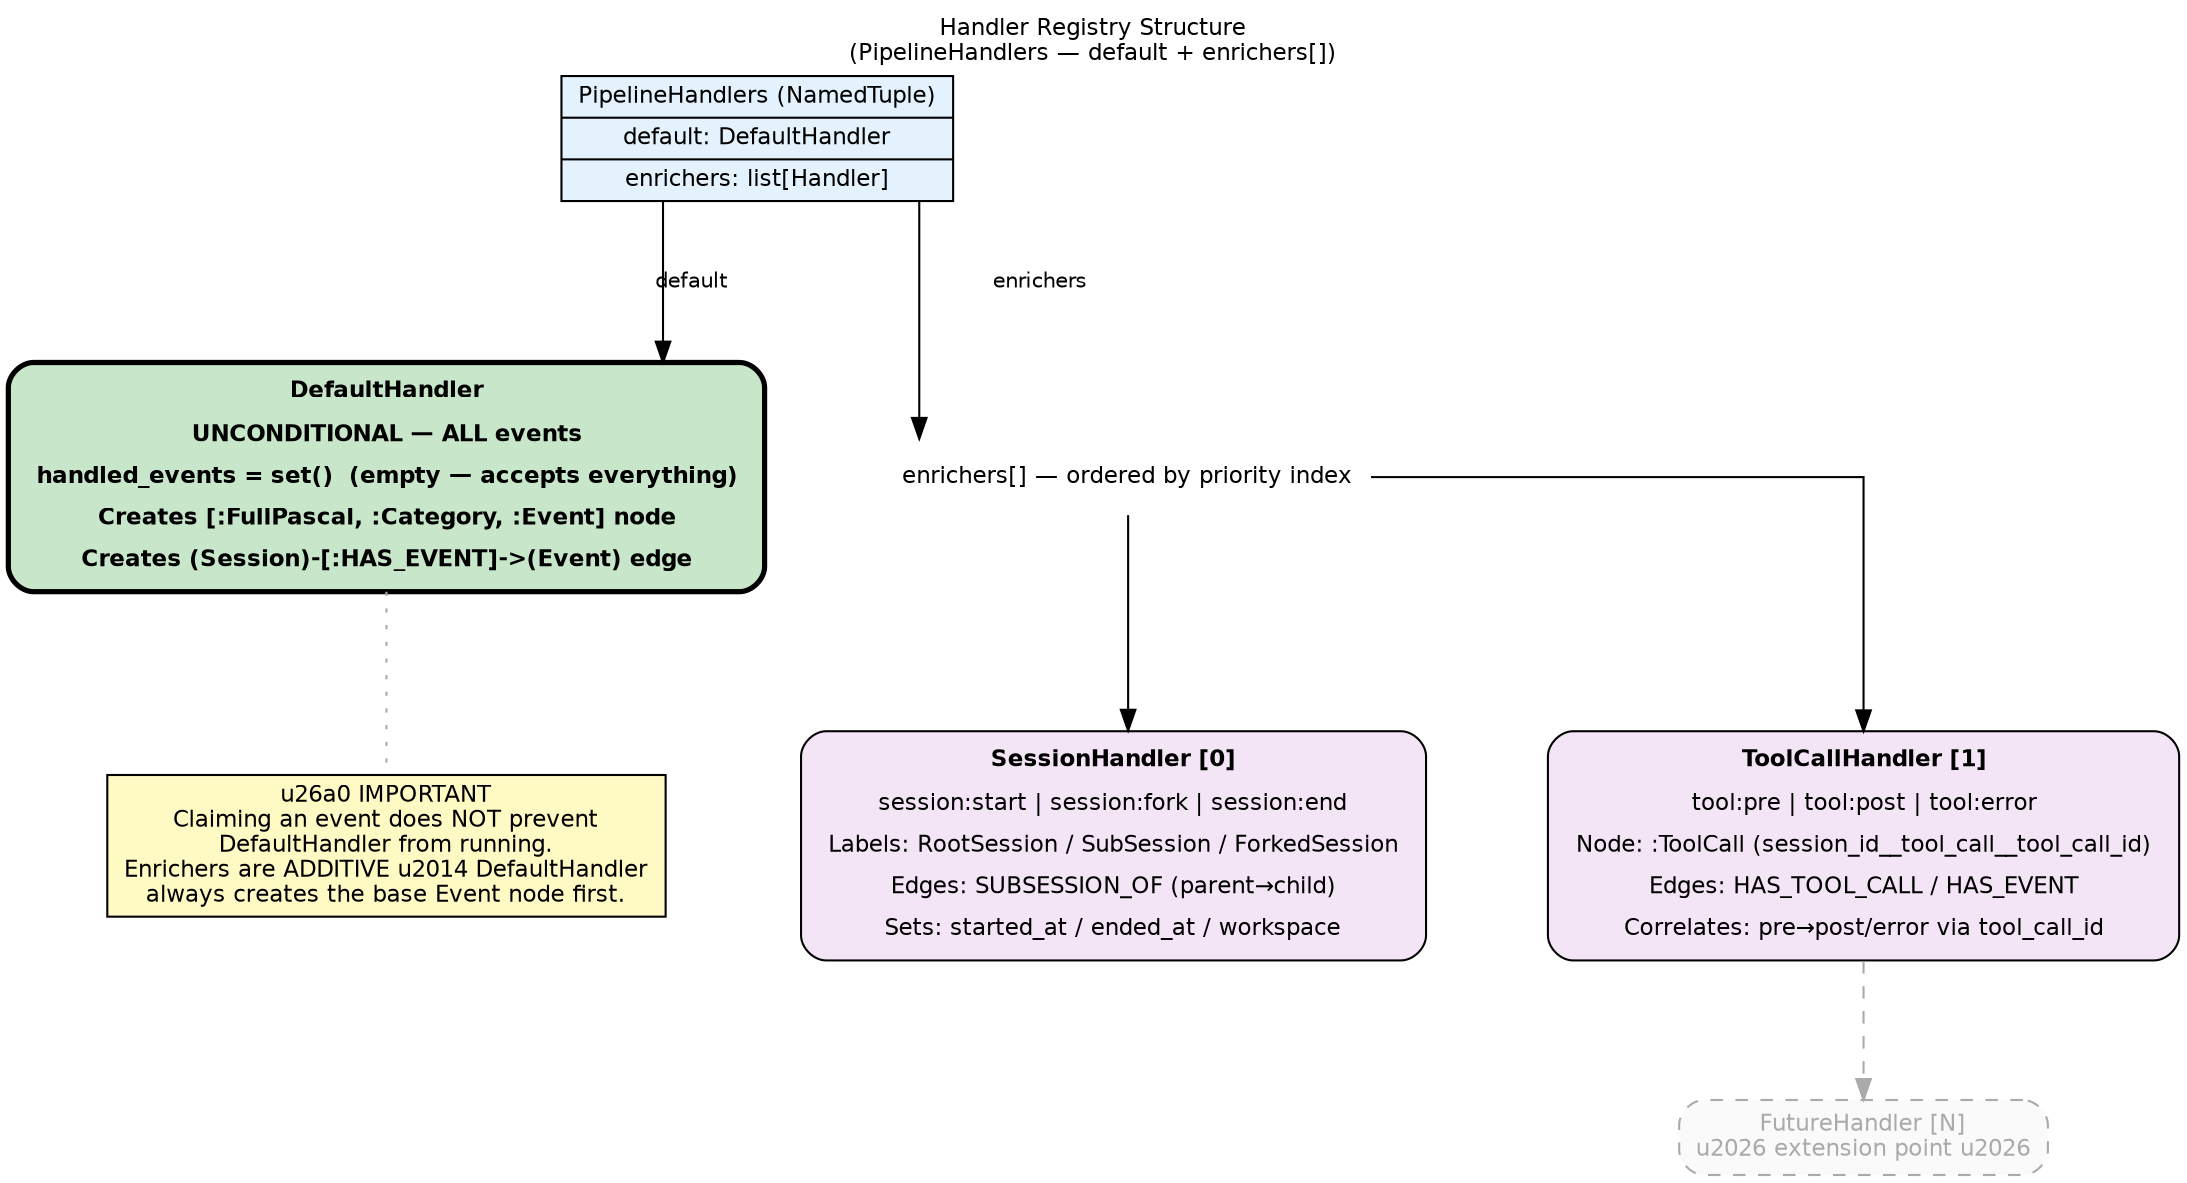
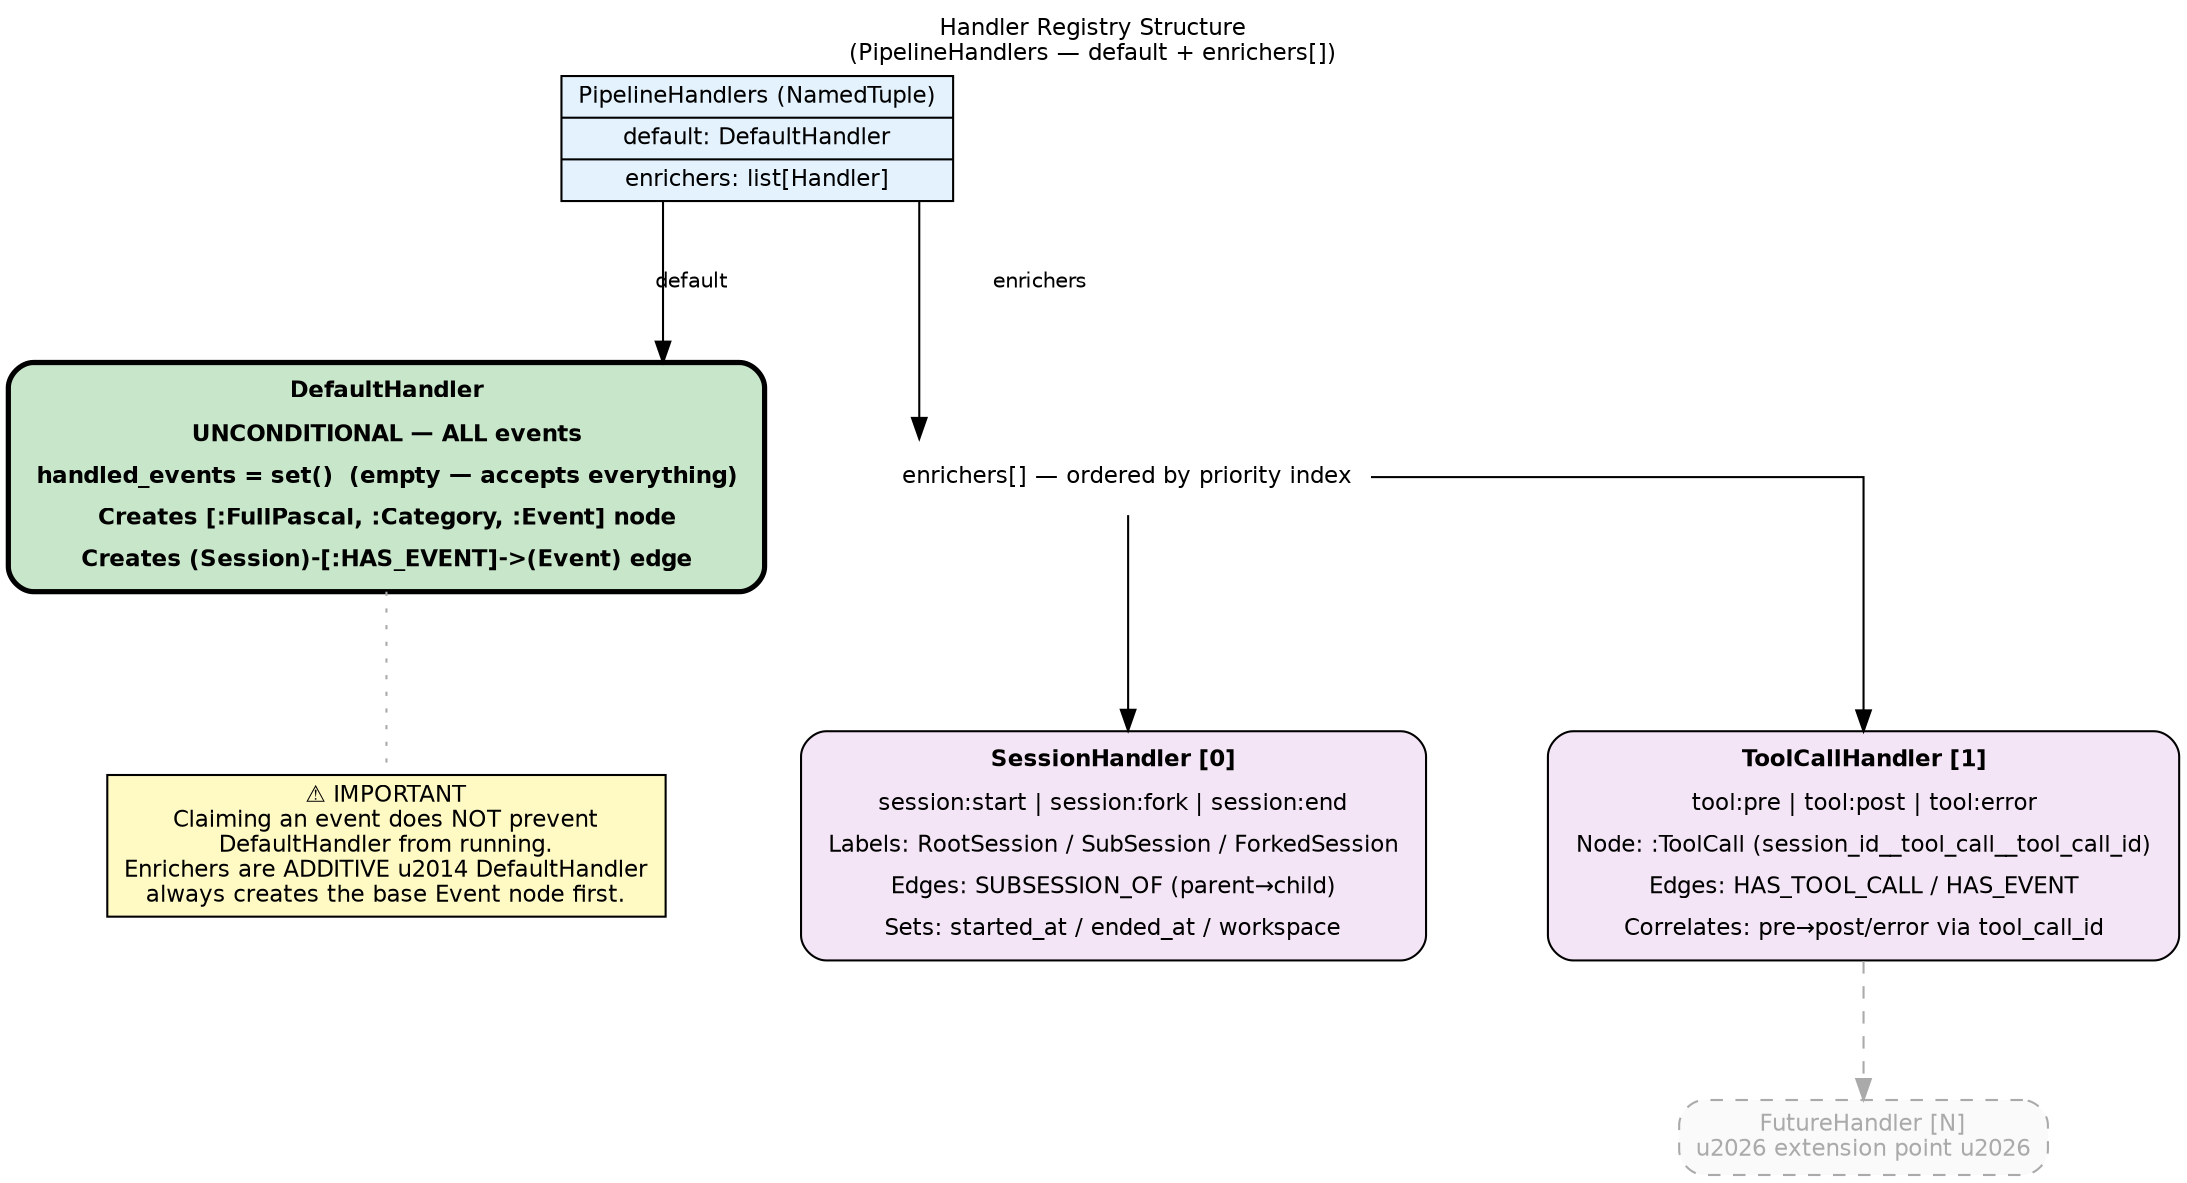
digraph handler_architecture {
    // ── Global defaults ───────────────────────────────────────────────────────
    graph [
        rankdir   = TB
        splines   = ortho
        nodesep   = 0.8
        ranksep   = 0.9
        fontname  = "Helvetica"
        fontsize  = 11
        label     = "Handler Registry Structure\n(PipelineHandlers — default + enrichers[])"
        labelloc  = t
        labeljust = c
    ]
    node [
        fontname = "Helvetica"
        fontsize = 11
        style    = "filled,rounded"
        shape    = box
    ]
    edge [
        fontname = "Helvetica"
        fontsize = 10
    ]

    // ── PipelineHandlers (NamedTuple record) ──────────────────────────────────
    PipelineHandlers [
        shape     = record
        style     = "filled"
        fillcolor = "#E3F2FD"
        label     = "{PipelineHandlers (NamedTuple) | default: DefaultHandler | enrichers: list[Handler]}"
    ]

    // ── DefaultHandler (ALWAYS — unconditional base layer) ────────────────────
    DefaultHandler [
        shape     = box
        style     = "filled,rounded"
        fillcolor = "#C8E6C9"
        fontname  = "Helvetica-Bold"
        penwidth  = 2.5
        label     = <<TABLE BORDER="0" CELLBORDER="0" CELLSPACING="2" CELLPADDING="3">
            <TR><TD><B>DefaultHandler</B></TD></TR>
            <TR><TD>UNCONDITIONAL &#8212; ALL events</TD></TR>
            <TR><TD>handled_events = set()  (empty &#8212; accepts everything)</TD></TR>
            <TR><TD>Creates [:FullPascal, :Category, :Event] node</TD></TR>
            <TR><TD>Creates (Session)-[:HAS_EVENT]-&gt;(Event) edge</TD></TR>
        </TABLE>>
    ]

    // ── Enrichers ordered list label ──────────────────────────────────────────
    enrichers_label [
        shape     = plaintext
        style     = ""
        fillcolor = "transparent"
        label     = "enrichers[] &#8212; ordered by priority index"
    ]

    // ── SessionHandler [0] ────────────────────────────────────────────────────
    SessionHandler [
        shape     = box
        style     = "filled,rounded"
        fillcolor = "#F3E5F5"
        label     = <<TABLE BORDER="0" CELLBORDER="0" CELLSPACING="2" CELLPADDING="3">
            <TR><TD><B>SessionHandler [0]</B></TD></TR>
            <TR><TD>session:start | session:fork | session:end</TD></TR>
            <TR><TD>Labels: RootSession / SubSession / ForkedSession</TD></TR>
            <TR><TD>Edges: SUBSESSION_OF (parent&#8594;child)</TD></TR>
            <TR><TD>Sets: started_at / ended_at / workspace</TD></TR>
        </TABLE>>
    ]

    // ── ToolCallHandler [1] ───────────────────────────────────────────────────
    ToolCallHandler [
        shape     = box
        style     = "filled,rounded"
        fillcolor = "#F3E5F5"
        label     = <<TABLE BORDER="0" CELLBORDER="0" CELLSPACING="2" CELLPADDING="3">
            <TR><TD><B>ToolCallHandler [1]</B></TD></TR>
            <TR><TD>tool:pre | tool:post | tool:error</TD></TR>
            <TR><TD>Node: :ToolCall (session_id__tool_call__tool_call_id)</TD></TR>
            <TR><TD>Edges: HAS_TOOL_CALL / HAS_EVENT</TD></TR>
            <TR><TD>Correlates: pre&#8594;post/error via tool_call_id</TD></TR>
        </TABLE>>
    ]

    // ── FutureHandler [N] (extension point) ───────────────────────────────────
    FutureHandler [
        shape     = box
        style     = "filled,rounded,dashed"
        fillcolor = "#FAFAFA"
        color     = "#AAAAAA"
        fontcolor = "#AAAAAA"
        label     = "FutureHandler [N]\n\u2026 extension point \u2026"
    ]

    // ── Warning note ──────────────────────────────────────────────────────────
    note [
        shape     = box
        style     = "filled"
        fillcolor = "#FFF9C4"
-         label     = "\u26a0 IMPORTANT\nClaiming an event does NOT prevent\nDefaultHandler from running.\nEnrichers are ADDITIVE \u2014 DefaultHandler\nalways creates the base Event node first."
+         label     = "⚠ IMPORTANT\nClaiming an event does NOT prevent\nDefaultHandler from running.\nEnrichers are ADDITIVE \u2014 DefaultHandler\nalways creates the base Event node first."
    ]

    // ── Edges ─────────────────────────────────────────────────────────────────
    PipelineHandlers -> DefaultHandler   [label = "default"]
    PipelineHandlers -> enrichers_label  [label = "enrichers"]
    enrichers_label  -> SessionHandler
    enrichers_label  -> ToolCallHandler
    ToolCallHandler  -> FutureHandler    [style = dashed, color = "#AAAAAA"]
    DefaultHandler   -> note             [style = dotted, color = "#AAAAAA", arrowhead = none]
}
